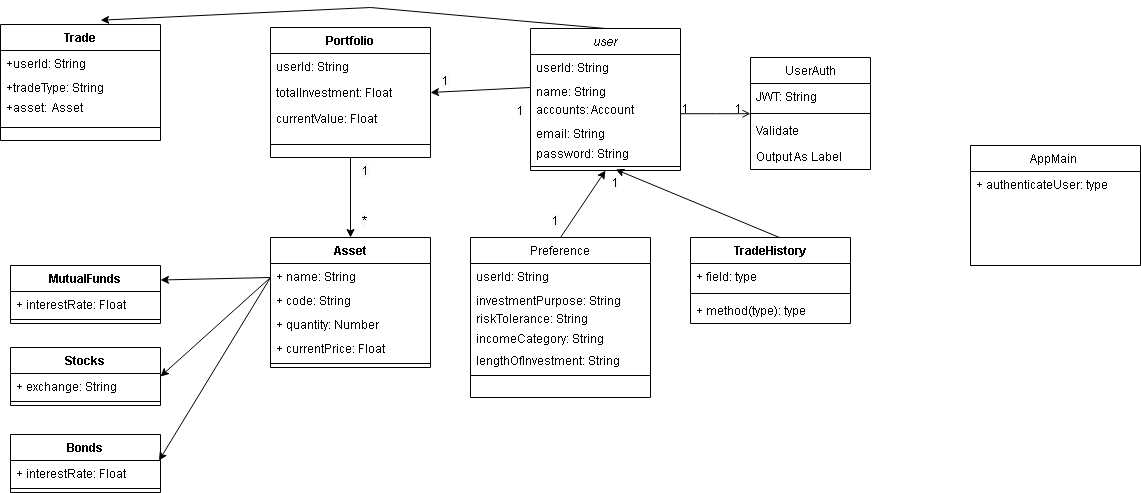
This is class diagram.png from preetesque/SmallChange, a draw.io export, as it was before one commit. Source tidied: cells renumbered, new cells last; positions are measured from the earlier drawing's top-left corner, leaving out a move shared by most shapes.
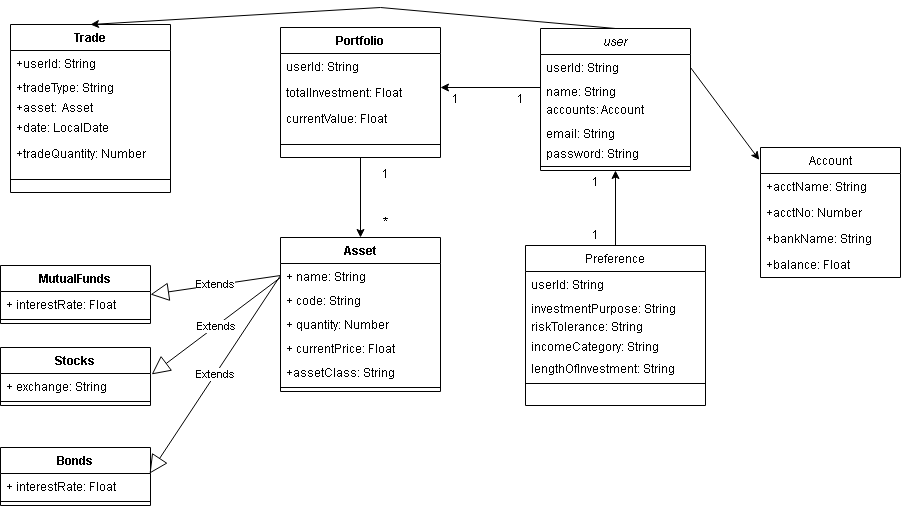
Later version of the same file.

Commit message:
Final Class Diagram v1

Diff of the diagram source:
```diff
@@ -24,7 +24,7 @@
       <mxGeometry y="134" width="150" height="8" as="geometry" />
     </mxCell>
     <mxCell id="9" value="Preference" style="swimlane;fontStyle=0;align=center;verticalAlign=top;horizontal=1;startSize=26;rounded=0;shadow=0;strokeWidth=1;" parent="1" vertex="1">
-      <mxGeometry x="470" y="230" width="180" height="160" as="geometry" />
+      <mxGeometry x="515" y="238" width="180" height="160" as="geometry" />
     </mxCell>
     <mxCell id="10" value="userId: String" style="text;align=left;verticalAlign=top;spacingLeft=4;spacingRight=4;overflow=hidden;" parent="9" vertex="1">
       <mxGeometry y="26" width="180" height="24" as="geometry" />
@@ -44,36 +44,6 @@
     <mxCell id="15" style="line;html=1;strokeWidth=1;align=left;verticalAlign=middle;spacingTop=-1;spacingLeft=3;spacingRight=3;labelPosition=right;" parent="9" vertex="1">
       <mxGeometry y="134" width="180" height="8" as="geometry" />
     </mxCell>
-    <mxCell id="16" value="UserAuth" style="swimlane;fontStyle=0;align=center;verticalAlign=top;horizontal=1;startSize=26;rounded=0;shadow=0;strokeWidth=1;" parent="1" vertex="1">
-      <mxGeometry x="750" y="50" width="120" height="112" as="geometry" />
-    </mxCell>
-    <mxCell id="17" value="JWT: String" style="text;align=left;verticalAlign=top;spacingLeft=4;spacingRight=4;overflow=hidden;rounded=0;shadow=0;html=0;" parent="16" vertex="1">
-      <mxGeometry y="26" width="120" height="26" as="geometry" />
-    </mxCell>
-    <mxCell id="18" style="line;html=1;strokeWidth=1;align=left;verticalAlign=middle;spacingTop=-1;spacingLeft=3;spacingRight=3;labelPosition=right;" parent="16" vertex="1">
-      <mxGeometry y="52" width="120" height="8" as="geometry" />
-    </mxCell>
-    <mxCell id="19" value="Validate" style="text;align=left;verticalAlign=top;spacingLeft=4;spacingRight=4;overflow=hidden;" parent="16" vertex="1">
-      <mxGeometry y="60" width="120" height="26" as="geometry" />
-    </mxCell>
-    <mxCell id="20" value="Output As Label" style="text;align=left;verticalAlign=top;spacingLeft=4;spacingRight=4;overflow=hidden;" parent="16" vertex="1">
-      <mxGeometry y="86" width="120" height="26" as="geometry" />
-    </mxCell>
-    <mxCell id="21" style="endArrow=open;shadow=0;strokeWidth=1;rounded=0;endFill=1;edgeStyle=elbowEdgeStyle;elbow=vertical;" parent="1" edge="1" source="2" target="16">
-      <mxGeometry x="0.5" y="41" relative="1" as="geometry">
-        <mxPoint x="-40" y="32" as="offset" />
-      </mxGeometry>
-    </mxCell>
-    <mxCell id="22" value="1" style="align=left;verticalAlign=bottom;labelBackgroundColor=none;fontSize=12;" parent="21" vertex="1">
-      <mxGeometry x="-1" relative="1" as="geometry">
-        <mxPoint y="4" as="offset" />
-      </mxGeometry>
-    </mxCell>
-    <mxCell id="23" value="1" style="align=right;verticalAlign=bottom;labelBackgroundColor=none;fontSize=12;" parent="21" vertex="1">
-      <mxGeometry x="1" relative="1" as="geometry">
-        <mxPoint x="-7" y="4" as="offset" />
-      </mxGeometry>
-    </mxCell>
     <mxCell id="24" style="align=left;verticalAlign=bottom;labelBackgroundColor=none;fontSize=12;" parent="1" vertex="1">
       <mxGeometry x="667" y="120" as="geometry">
         <mxPoint x="-75" y="66" as="offset" />
@@ -100,28 +70,18 @@
     <mxCell id="31" style="line;strokeWidth=1;fillColor=none;align=left;verticalAlign=middle;spacingTop=-1;spacingLeft=3;spacingRight=3;labelPosition=right;strokeColor=inherit;" parent="27" vertex="1">
       <mxGeometry y="104" width="160" height="26" as="geometry" />
     </mxCell>
-    <mxCell id="32" style="endArrow=classic;html=1;rounded=0;exitX=0;exitY=0.5;exitDx=0;exitDy=0;entryX=1;entryY=0.5;entryDx=0;entryDy=0;" parent="1" edge="1" source="4" target="29">
-      <mxGeometry relative="1" as="geometry" />
+    <mxCell id="32" style="endArrow=classic;html=1;rounded=0;exitX=0;exitY=0.5;exitDx=0;exitDy=0;" parent="1" edge="1" source="4">
+      <mxGeometry relative="1" as="geometry">
+        <mxPoint x="430" y="80" as="targetPoint" />
+      </mxGeometry>
     </mxCell>
-    <mxCell id="33" value="&lt;span style=&quot;color: rgb(0, 0, 0); font-family: Helvetica; font-size: 12px; font-style: normal; font-variant-ligatures: normal; font-variant-caps: normal; font-weight: 400; letter-spacing: normal; orphans: 2; text-align: left; text-indent: 0px; text-transform: none; widows: 2; word-spacing: 0px; -webkit-text-stroke-width: 0px; background-color: rgb(248, 249, 250); text-decoration-thickness: initial; text-decoration-style: initial; text-decoration-color: initial; float: none; display: inline !important;&quot;&gt;1&lt;/span&gt;" style="text;whiteSpace=wrap;html=1;" parent="1" vertex="1">
-      <mxGeometry x="515" y="90" width="10" height="30" as="geometry" />
-    </mxCell>
-    <mxCell id="34" value="&lt;span style=&quot;color: rgb(0, 0, 0); font-family: Helvetica; font-size: 12px; font-style: normal; font-variant-ligatures: normal; font-variant-caps: normal; font-weight: 400; letter-spacing: normal; orphans: 2; text-align: left; text-indent: 0px; text-transform: none; widows: 2; word-spacing: 0px; -webkit-text-stroke-width: 0px; background-color: rgb(248, 249, 250); text-decoration-thickness: initial; text-decoration-style: initial; text-decoration-color: initial; float: none; display: inline !important;&quot;&gt;1&lt;/span&gt;" style="text;whiteSpace=wrap;html=1;" parent="1" vertex="1">
-      <mxGeometry x="440" y="60" width="20" height="30" as="geometry" />
-    </mxCell>
     <mxCell id="35" style="endArrow=classic;html=1;rounded=0;exitX=0.5;exitY=1;exitDx=0;exitDy=0;entryX=0.5;entryY=0;entryDx=0;entryDy=0;" parent="1" edge="1" source="27">
       <mxGeometry relative="1" as="geometry">
         <mxPoint x="350" y="230" as="targetPoint" />
       </mxGeometry>
     </mxCell>
-    <mxCell id="36" value="&lt;span style=&quot;color: rgb(0, 0, 0); font-family: Helvetica; font-size: 12px; font-style: normal; font-variant-ligatures: normal; font-variant-caps: normal; font-weight: 400; letter-spacing: normal; orphans: 2; text-align: left; text-indent: 0px; text-transform: none; widows: 2; word-spacing: 0px; -webkit-text-stroke-width: 0px; background-color: rgb(248, 249, 250); text-decoration-thickness: initial; text-decoration-style: initial; text-decoration-color: initial; float: none; display: inline !important;&quot;&gt;1&lt;/span&gt;" style="text;whiteSpace=wrap;html=1;" parent="1" vertex="1">
-      <mxGeometry x="360" y="150" width="20" height="30" as="geometry" />
-    </mxCell>
-    <mxCell id="37" value="&lt;span style=&quot;color: rgb(0, 0, 0); font-family: Helvetica; font-size: 12px; font-style: normal; font-variant-ligatures: normal; font-variant-caps: normal; font-weight: 400; letter-spacing: normal; orphans: 2; text-align: left; text-indent: 0px; text-transform: none; widows: 2; word-spacing: 0px; -webkit-text-stroke-width: 0px; background-color: rgb(248, 249, 250); text-decoration-thickness: initial; text-decoration-style: initial; text-decoration-color: initial; float: none; display: inline !important;&quot;&gt;*&lt;/span&gt;" style="text;whiteSpace=wrap;html=1;" parent="1" vertex="1">
-      <mxGeometry x="360" y="200" width="20" height="30" as="geometry" />
-    </mxCell>
     <mxCell id="38" value="Asset" style="swimlane;fontStyle=1;align=center;verticalAlign=top;horizontal=1;startSize=26;" parent="1" vertex="1">
-      <mxGeometry x="270" y="230" width="160" height="130" as="geometry" />
+      <mxGeometry x="270" y="230" width="160" height="154" as="geometry" />
     </mxCell>
     <mxCell id="39" value="+ name: String" style="text;strokeColor=none;fillColor=none;align=left;verticalAlign=top;spacingLeft=4;spacingRight=4;overflow=hidden;points=[[0,0.5],[1,0.5]];portConstraint=eastwest;" parent="38" vertex="1">
       <mxGeometry y="26" width="160" height="24" as="geometry" />
@@ -135,32 +95,14 @@
     <mxCell id="42" value="+ currentPrice: Float" style="text;strokeColor=none;fillColor=none;align=left;verticalAlign=top;spacingLeft=4;spacingRight=4;overflow=hidden;" parent="38" vertex="1">
       <mxGeometry y="98" width="160" height="24" as="geometry" />
     </mxCell>
+    <mxCell id="71" value="+assetClass: String" style="text;strokeColor=none;fillColor=none;align=left;verticalAlign=top;spacingLeft=4;spacingRight=4;overflow=hidden;" parent="38" vertex="1">
+      <mxGeometry y="122" width="160" height="24" as="geometry" />
+    </mxCell>
     <mxCell id="43" style="line;strokeWidth=1;fillColor=none;align=left;verticalAlign=middle;spacingTop=-1;spacingLeft=3;spacingRight=3;labelPosition=right;strokeColor=inherit;" parent="38" vertex="1">
-      <mxGeometry y="122" width="160" height="8" as="geometry" />
+      <mxGeometry y="146" width="160" height="8" as="geometry" />
     </mxCell>
-    <mxCell id="44" value="&lt;span style=&quot;color: rgb(0, 0, 0); font-family: Helvetica; font-size: 12px; font-style: normal; font-variant-ligatures: normal; font-variant-caps: normal; font-weight: 400; letter-spacing: normal; orphans: 2; text-align: left; text-indent: 0px; text-transform: none; widows: 2; word-spacing: 0px; -webkit-text-stroke-width: 0px; background-color: rgb(248, 249, 250); text-decoration-thickness: initial; text-decoration-style: initial; text-decoration-color: initial; float: none; display: inline !important;&quot;&gt;1&lt;/span&gt;" style="text;whiteSpace=wrap;html=1;" parent="1" vertex="1">
-      <mxGeometry x="550" y="200" width="90" height="40" as="geometry" />
-    </mxCell>
-    <mxCell id="45" value="&lt;span style=&quot;color: rgb(0, 0, 0); font-family: Helvetica; font-size: 12px; font-style: normal; font-variant-ligatures: normal; font-variant-caps: normal; font-weight: 400; letter-spacing: normal; orphans: 2; text-align: left; text-indent: 0px; text-transform: none; widows: 2; word-spacing: 0px; -webkit-text-stroke-width: 0px; background-color: rgb(248, 249, 250); text-decoration-thickness: initial; text-decoration-style: initial; text-decoration-color: initial; float: none; display: inline !important;&quot;&gt;1&lt;/span&gt;" style="text;whiteSpace=wrap;html=1;" parent="1" vertex="1">
-      <mxGeometry x="610" y="162" width="30" height="40" as="geometry" />
-    </mxCell>
-    <mxCell id="46" value="TradeHistory" style="swimlane;fontStyle=1;align=center;verticalAlign=top;horizontal=1;startSize=26;" parent="1" vertex="1">
-      <mxGeometry x="690" y="230" width="160" height="86" as="geometry" />
-    </mxCell>
-    <mxCell id="47" value="+ field: type" style="text;strokeColor=none;fillColor=none;align=left;verticalAlign=top;spacingLeft=4;spacingRight=4;overflow=hidden;" parent="46" vertex="1">
-      <mxGeometry y="26" width="160" height="26" as="geometry" />
-    </mxCell>
-    <mxCell id="48" style="line;strokeWidth=1;fillColor=none;align=left;verticalAlign=middle;spacingTop=-1;spacingLeft=3;spacingRight=3;labelPosition=right;strokeColor=inherit;" parent="46" vertex="1">
-      <mxGeometry y="52" width="160" height="8" as="geometry" />
-    </mxCell>
-    <mxCell id="49" value="+ method(type): type" style="text;strokeColor=none;fillColor=none;align=left;verticalAlign=top;spacingLeft=4;spacingRight=4;overflow=hidden;" parent="46" vertex="1">
-      <mxGeometry y="60" width="160" height="26" as="geometry" />
-    </mxCell>
-    <mxCell id="50" style="endArrow=classic;html=1;rounded=0;exitX=0.556;exitY=0;exitDx=0;exitDy=0;exitPerimeter=0;entryX=0.568;entryY=0.875;entryDx=0;entryDy=0;entryPerimeter=0;" parent="1" edge="1" source="46" target="8">
-      <mxGeometry relative="1" as="geometry" />
-    </mxCell>
     <mxCell id="51" value="Trade" style="swimlane;fontStyle=1;align=center;verticalAlign=top;horizontal=1;startSize=26;" parent="1" vertex="1">
-      <mxGeometry y="17" width="160" height="116" as="geometry" />
+      <mxGeometry y="17" width="160" height="168" as="geometry" />
     </mxCell>
     <mxCell id="52" value="+userId: String" style="text;strokeColor=none;fillColor=none;align=left;verticalAlign=top;spacingLeft=4;spacingRight=4;overflow=hidden;" parent="51" vertex="1">
       <mxGeometry y="26" width="160" height="24" as="geometry" />
@@ -171,24 +113,24 @@
     <mxCell id="54" value="+asset:  Asset" style="text;strokeColor=none;fillColor=none;align=left;verticalAlign=top;spacingLeft=4;spacingRight=4;overflow=hidden;" parent="51" vertex="1">
       <mxGeometry y="70" width="160" height="20" as="geometry" />
     </mxCell>
+    <mxCell id="72" value="+date: LocalDate" style="text;strokeColor=none;fillColor=none;align=left;verticalAlign=top;spacingLeft=4;spacingRight=4;overflow=hidden;" parent="51" vertex="1">
+      <mxGeometry y="90" width="160" height="26" as="geometry" />
+    </mxCell>
+    <mxCell id="73" value="+tradeQuantity: Number" style="text;strokeColor=none;fillColor=none;align=left;verticalAlign=top;spacingLeft=4;spacingRight=4;overflow=hidden;" parent="51" vertex="1">
+      <mxGeometry y="116" width="160" height="26" as="geometry" />
+    </mxCell>
     <mxCell id="55" style="line;strokeWidth=1;fillColor=none;align=left;verticalAlign=middle;spacingTop=-1;spacingLeft=3;spacingRight=3;labelPosition=right;strokeColor=inherit;" parent="51" vertex="1">
-      <mxGeometry y="90" width="160" height="26" as="geometry" />
+      <mxGeometry y="142" width="160" height="26" as="geometry" />
     </mxCell>
-    <mxCell id="56" style="endArrow=classic;html=1;rounded=0;exitX=0.5;exitY=0;exitDx=0;exitDy=0;entryX=0.626;entryY=-0.037;entryDx=0;entryDy=0;entryPerimeter=0;" parent="1" edge="1" source="2" target="51">
+    <mxCell id="56" style="endArrow=classic;html=1;rounded=0;exitX=0.5;exitY=0;exitDx=0;exitDy=0;entryX=0.5;entryY=0;entryDx=0;entryDy=0;" parent="1" edge="1" source="2" target="51">
       <mxGeometry relative="1" as="geometry">
         <Array as="points">
           <mxPoint x="370" />
         </Array>
       </mxGeometry>
     </mxCell>
-    <mxCell id="57" value="AppMain " style="swimlane;fontStyle=0;align=center;verticalAlign=top;horizontal=1;startSize=26;rounded=0;shadow=0;strokeWidth=1;" parent="1" vertex="1">
-      <mxGeometry x="970" y="138" width="170" height="120" as="geometry" />
-    </mxCell>
-    <mxCell id="58" value="+ authenticateUser: type" style="text;strokeColor=none;fillColor=none;align=left;verticalAlign=top;spacingLeft=4;spacingRight=4;overflow=hidden;" parent="57" vertex="1">
-      <mxGeometry y="26" width="170" height="26" as="geometry" />
-    </mxCell>
     <mxCell id="59" value="MutualFunds" style="swimlane;fontStyle=1;align=center;verticalAlign=top;horizontal=1;startSize=26;" parent="1" vertex="1">
-      <mxGeometry x="10" y="258" width="150" height="58" as="geometry" />
+      <mxGeometry x="-10" y="258" width="150" height="58" as="geometry" />
     </mxCell>
     <mxCell id="60" value="+ interestRate: Float" style="text;strokeColor=none;fillColor=none;align=left;verticalAlign=top;spacingLeft=4;spacingRight=4;overflow=hidden;" parent="59" vertex="1">
       <mxGeometry y="26" width="150" height="24" as="geometry" />
@@ -197,7 +139,7 @@
       <mxGeometry y="50" width="150" height="8" as="geometry" />
     </mxCell>
     <mxCell id="62" value="Stocks" style="swimlane;fontStyle=1;align=center;verticalAlign=top;horizontal=1;startSize=26;" parent="1" vertex="1">
-      <mxGeometry x="10" y="340" width="150" height="58" as="geometry" />
+      <mxGeometry x="-10" y="340" width="150" height="58" as="geometry" />
     </mxCell>
     <mxCell id="63" value="+ exchange: String" style="text;strokeColor=none;fillColor=none;align=left;verticalAlign=top;spacingLeft=4;spacingRight=4;overflow=hidden;points=[[0,0.5],[1,0.5]];portConstraint=eastwest;" parent="62" vertex="1">
       <mxGeometry y="26" width="150" height="24" as="geometry" />
@@ -206,7 +148,7 @@
       <mxGeometry y="50" width="150" height="8" as="geometry" />
     </mxCell>
     <mxCell id="65" value="Bonds" style="swimlane;fontStyle=1;align=center;verticalAlign=top;horizontal=1;startSize=26;" parent="1" vertex="1">
-      <mxGeometry x="10" y="427" width="150" height="58" as="geometry" />
+      <mxGeometry x="-10" y="440" width="150" height="58" as="geometry" />
     </mxCell>
     <mxCell id="66" value="+ interestRate: Float" style="text;strokeColor=none;fillColor=none;align=left;verticalAlign=top;spacingLeft=4;spacingRight=4;overflow=hidden;points=[[0,0.5],[1,0.5]];portConstraint=eastwest;" parent="65" vertex="1">
       <mxGeometry y="26" width="150" height="24" as="geometry" />
@@ -214,20 +156,54 @@
     <mxCell id="67" style="line;strokeWidth=1;fillColor=none;align=left;verticalAlign=middle;spacingTop=-1;spacingLeft=3;spacingRight=3;labelPosition=right;strokeColor=inherit;" parent="65" vertex="1">
       <mxGeometry y="50" width="150" height="8" as="geometry" />
     </mxCell>
-    <mxCell id="68" style="endArrow=classic;html=1;rounded=0;entryX=1;entryY=0.5;entryDx=0;entryDy=0;" parent="1" edge="1" target="62">
-      <mxGeometry relative="1" as="geometry">
-        <mxPoint x="270" y="270" as="sourcePoint" />
-      </mxGeometry>
-    </mxCell>
-    <mxCell id="69" style="endArrow=classic;html=1;rounded=0;entryX=0.99;entryY=0.004;entryDx=0;entryDy=0;entryPerimeter=0;" parent="1" edge="1" target="66">
-      <mxGeometry relative="1" as="geometry">
-        <mxPoint x="270" y="270" as="sourcePoint" />
-      </mxGeometry>
-    </mxCell>
-    <mxCell id="70" style="endArrow=classic;html=1;rounded=0;entryX=1;entryY=0.25;entryDx=0;entryDy=0;" parent="1" edge="1" target="59">
-      <mxGeometry relative="1" as="geometry">
-        <mxPoint x="270" y="270" as="sourcePoint" />
-      </mxGeometry>
-    </mxCell>
+    <mxCell id="74" value="1" style="text;html=1;strokeColor=none;fillColor=none;align=center;verticalAlign=middle;whiteSpace=wrap;rounded=0;" parent="1" vertex="1">
+      <mxGeometry x="360" y="162" width="30" height="10" as="geometry" />
+    </mxCell>
+    <mxCell id="37" value="*" style="text;html=1;strokeColor=none;fillColor=none;align=center;verticalAlign=middle;whiteSpace=wrap;rounded=0;" parent="1" vertex="1">
+      <mxGeometry x="345" y="200" width="60" height="30" as="geometry" />
+    </mxCell>
+    <mxCell id="75" value="1" style="text;html=1;strokeColor=none;fillColor=none;align=center;verticalAlign=middle;whiteSpace=wrap;rounded=0;" parent="1" vertex="1">
+      <mxGeometry x="570" y="165" width="30" height="20" as="geometry" />
+    </mxCell>
+    <mxCell id="76" value="1" style="text;html=1;strokeColor=none;fillColor=none;align=center;verticalAlign=middle;whiteSpace=wrap;rounded=0;" parent="1" vertex="1">
+      <mxGeometry x="570" y="218" width="30" height="20" as="geometry" />
+    </mxCell>
+    <mxCell id="77" value="Extends" style="endArrow=block;endSize=16;endFill=0;html=1;rounded=0;exitX=0;exitY=0.5;exitDx=0;exitDy=0;entryX=1;entryY=0.5;entryDx=0;entryDy=0;" parent="1" edge="1" source="39" target="59">
+      <mxGeometry relative="1" as="geometry" />
+    </mxCell>
+    <mxCell id="78" value="Extends" style="endArrow=block;endSize=16;endFill=0;html=1;rounded=0;entryX=1.008;entryY=0.037;entryDx=0;entryDy=0;entryPerimeter=0;" parent="1" edge="1" target="63">
+      <mxGeometry relative="1" as="geometry">
+        <mxPoint x="270" y="270" as="sourcePoint" />
+      </mxGeometry>
+    </mxCell>
+    <mxCell id="79" value="Extends" style="endArrow=block;endSize=16;endFill=0;html=1;rounded=0;exitX=0;exitY=0.5;exitDx=0;exitDy=0;entryX=0.994;entryY=0.004;entryDx=0;entryDy=0;entryPerimeter=0;" parent="1" edge="1" source="39" target="66">
+      <mxGeometry relative="1" as="geometry" />
+    </mxCell>
+    <mxCell id="80" value="1" style="text;html=1;strokeColor=none;fillColor=none;align=center;verticalAlign=middle;whiteSpace=wrap;rounded=0;" parent="1" vertex="1">
+      <mxGeometry x="430" y="87" width="30" height="10" as="geometry" />
+    </mxCell>
+    <mxCell id="81" value="1" style="text;html=1;strokeColor=none;fillColor=none;align=center;verticalAlign=middle;whiteSpace=wrap;rounded=0;" parent="1" vertex="1">
+      <mxGeometry x="490" y="80.5" width="40" height="23" as="geometry" />
+    </mxCell>
+    <mxCell id="82" value="Account" style="swimlane;fontStyle=0;align=center;verticalAlign=top;horizontal=1;startSize=26;rounded=0;shadow=0;strokeWidth=1;" parent="1" vertex="1">
+      <mxGeometry x="750" y="140" width="140" height="130" as="geometry" />
+    </mxCell>
+    <mxCell id="83" value="+acctName: String" style="text;strokeColor=none;fillColor=none;align=left;verticalAlign=top;spacingLeft=4;spacingRight=4;overflow=hidden;" parent="82" vertex="1">
+      <mxGeometry y="26" width="140" height="26" as="geometry" />
+    </mxCell>
+    <mxCell id="84" value="+acctNo: Number" style="text;strokeColor=none;fillColor=none;align=left;verticalAlign=top;spacingLeft=4;spacingRight=4;overflow=hidden;" parent="82" vertex="1">
+      <mxGeometry y="52" width="140" height="26" as="geometry" />
+    </mxCell>
+    <mxCell id="85" value="+bankName: String" style="text;strokeColor=none;fillColor=none;align=left;verticalAlign=top;spacingLeft=4;spacingRight=4;overflow=hidden;" parent="82" vertex="1">
+      <mxGeometry y="78" width="140" height="26" as="geometry" />
+    </mxCell>
+    <mxCell id="86" value="+balance: Float" style="text;strokeColor=none;fillColor=none;align=left;verticalAlign=top;spacingLeft=4;spacingRight=4;overflow=hidden;" parent="82" vertex="1">
+      <mxGeometry y="104" width="140" height="26" as="geometry" />
+    </mxCell>
+    <mxCell id="87" style="endArrow=classic;html=1;rounded=0;entryX=-0.009;entryY=0.095;entryDx=0;entryDy=0;entryPerimeter=0;" parent="1" edge="1" target="82">
+      <mxGeometry relative="1" as="geometry">
+        <mxPoint x="680" y="60" as="sourcePoint" />
+      </mxGeometry>
+    </mxCell>
   </root>
 </mxGraphModel>
```
